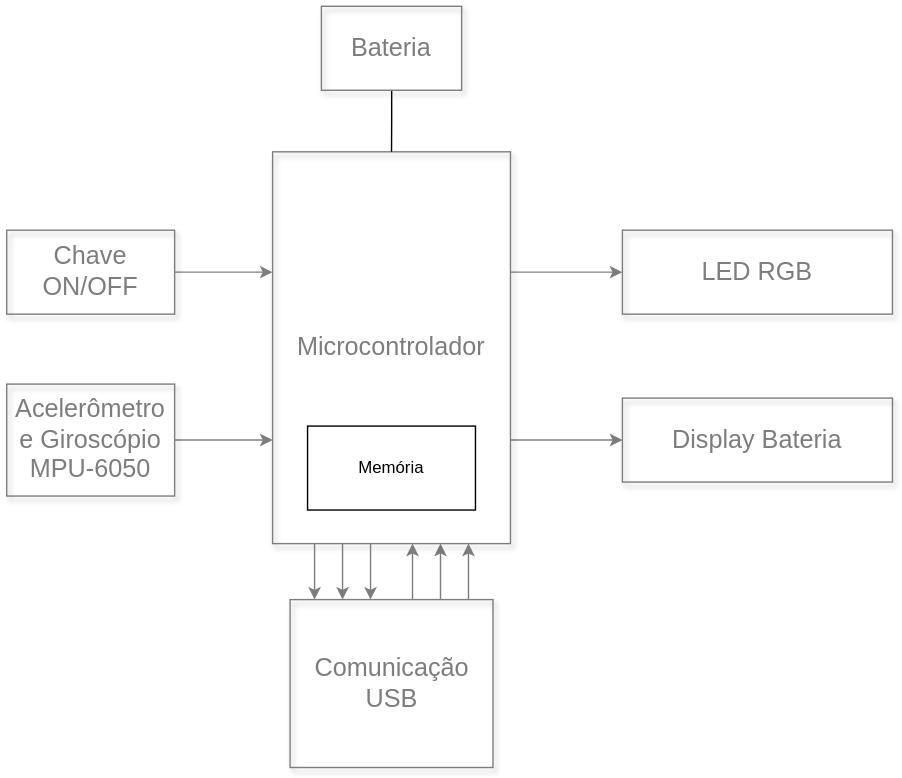
This is projetos/tennistracker/diagrama_estrutural.svg from teaching-FEEC/ea075-2024.1, a draw.io export, as it was before one commit. Source tidied: cells renumbered, new cells last; positions are measured from the earlier drawing's top-left corner, leaving out a move shared by most shapes. Its diagram source:
```xml
<mxGraphModel>
  <root>
    <mxCell id="0" style="html=1;" />
    <mxCell id="1" style="html=1;" parent="0" />
    <mxCell id="2" style="edgeStyle=elbowEdgeStyle;rounded=0;html=1;startArrow=none;startFill=0;jettySize=auto;fontSize=18;elbow=vertical;strokeColor=#7d7d7d;" parent="1" edge="1" source="5" target="6">
      <mxGeometry relative="1" as="geometry" />
    </mxCell>
    <mxCell id="3" style="edgeStyle=elbowEdgeStyle;rounded=0;html=1;startArrow=none;startFill=0;jettySize=auto;fontSize=18;elbow=vertical;strokeColor=#7d7d7d;" parent="1" edge="1" source="5" target="7">
      <mxGeometry relative="1" as="geometry" />
    </mxCell>
    <mxCell id="4" style="edgeStyle=elbowEdgeStyle;rounded=0;html=1;startArrow=none;startFill=0;jettySize=auto;fontSize=18;strokeColor=#7d7d7d;" parent="1" edge="1" source="12" target="5">
      <mxGeometry relative="1" as="geometry">
        <Array as="points">
          <mxPoint x="310" y="404" />
        </Array>
      </mxGeometry>
    </mxCell>
    <mxCell id="5" value="Microcontrolador" style="whiteSpace=wrap;html=1;shadow=1;fontSize=18;fillColor=none;strokeColor=#7D7D7D;fontColor=#7D7D7D;" parent="1" vertex="1">
      <mxGeometry x="190" y="104" width="170" height="280" as="geometry" />
    </mxCell>
    <mxCell id="6" value="LED RGB" style="whiteSpace=wrap;html=1;shadow=1;fontSize=18;fillColor=none;strokeColor=#7D7D7D;align=center;verticalAlign=middle;fontFamily=Helvetica;fontColor=#7D7D7D;" parent="1" vertex="1">
      <mxGeometry x="440" y="160" width="193" height="60" as="geometry" />
    </mxCell>
    <mxCell id="7" value="Display Bateria" style="whiteSpace=wrap;html=1;shadow=1;fontSize=18;fillColor=none;strokeColor=#7D7D7D;align=center;verticalAlign=middle;fontFamily=Helvetica;fontColor=#7D7D7D;" parent="1" vertex="1">
      <mxGeometry x="440" y="280" width="193" height="60" as="geometry" />
    </mxCell>
    <mxCell id="8" style="edgeStyle=elbowEdgeStyle;rounded=0;html=1;startArrow=none;startFill=0;jettySize=auto;fontSize=18;elbow=vertical;strokeColor=#7d7d7d;exitX=1;exitY=0.5;exitDx=0;exitDy=0;" parent="1" edge="1" source="9" target="5">
      <mxGeometry relative="1" as="geometry" />
    </mxCell>
    <mxCell id="9" value="Acelerômetro&lt;div&gt;e Giroscópio&lt;/div&gt;&lt;div&gt;MPU-6050&lt;br&gt;&lt;/div&gt;" style="whiteSpace=wrap;html=1;shadow=1;fontSize=18;fillColor=none;strokeColor=#7D7D7D;align=center;verticalAlign=middle;fontFamily=Helvetica;fontColor=#7D7D7D;" parent="1" vertex="1">
      <mxGeometry y="270" width="120" height="80" as="geometry" />
    </mxCell>
    <mxCell id="10" style="edgeStyle=elbowEdgeStyle;rounded=0;html=1;startArrow=none;startFill=0;jettySize=auto;fontSize=18;elbow=vertical;strokeColor=#7d7d7d;" parent="1" edge="1" source="11" target="5">
      <mxGeometry relative="1" as="geometry" />
    </mxCell>
    <mxCell id="11" value="Chave ON/OFF" style="whiteSpace=wrap;html=1;shadow=1;fontSize=18;fillColor=none;strokeColor=#7D7D7D;align=center;verticalAlign=middle;fontFamily=Helvetica;fontColor=#7D7D7D;" parent="1" vertex="1">
      <mxGeometry y="160" width="120" height="60" as="geometry" />
    </mxCell>
    <mxCell id="12" value="Comunicação&lt;div&gt;USB&lt;/div&gt;" style="whiteSpace=wrap;html=1;shadow=1;fontSize=18;fillColor=none;strokeColor=#7D7D7D;align=center;verticalAlign=middle;fontFamily=Helvetica;fontColor=#7D7D7D;" parent="1" vertex="1">
      <mxGeometry x="202.5" y="424" width="145" height="120" as="geometry" />
    </mxCell>
    <mxCell id="13" style="edgeStyle=elbowEdgeStyle;rounded=0;html=1;startArrow=none;startFill=0;jettySize=auto;fontSize=18;strokeColor=#7d7d7d;" parent="1" edge="1" source="12" target="5">
      <mxGeometry relative="1" as="geometry">
        <Array as="points">
          <mxPoint x="330" y="404" />
          <mxPoint x="310" y="404" />
        </Array>
      </mxGeometry>
    </mxCell>
    <mxCell id="14" style="edgeStyle=elbowEdgeStyle;rounded=0;html=1;startArrow=none;startFill=0;jettySize=auto;orthogonalLoop=1;fontSize=18;strokeColor=#7d7d7d;" parent="1" edge="1">
      <mxGeometry relative="1" as="geometry">
        <mxPoint x="290" y="424" as="sourcePoint" />
        <mxPoint x="290" y="384" as="targetPoint" />
        <Array as="points">
          <mxPoint x="290" y="404" />
          <mxPoint x="290" y="404" />
        </Array>
      </mxGeometry>
    </mxCell>
    <mxCell id="15" style="edgeStyle=elbowEdgeStyle;rounded=0;html=1;startArrow=none;startFill=0;jettySize=auto;orthogonalLoop=1;fontSize=18;strokeColor=#7d7d7d;" parent="1" edge="1">
      <mxGeometry relative="1" as="geometry">
        <mxPoint x="260" y="384" as="sourcePoint" />
        <mxPoint x="260" y="424" as="targetPoint" />
        <Array as="points">
          <mxPoint x="260" y="404" />
          <mxPoint x="290" y="414" />
        </Array>
      </mxGeometry>
    </mxCell>
    <mxCell id="16" style="edgeStyle=elbowEdgeStyle;rounded=0;html=1;startArrow=none;startFill=0;jettySize=auto;orthogonalLoop=1;fontSize=18;strokeColor=#7d7d7d;" parent="1" edge="1">
      <mxGeometry relative="1" as="geometry">
        <mxPoint x="240" y="384" as="sourcePoint" />
        <mxPoint x="240" y="424" as="targetPoint" />
        <Array as="points">
          <mxPoint x="240" y="404" />
          <mxPoint x="270" y="414" />
        </Array>
      </mxGeometry>
    </mxCell>
    <mxCell id="17" style="edgeStyle=elbowEdgeStyle;rounded=0;html=1;startArrow=none;startFill=0;jettySize=auto;orthogonalLoop=1;fontSize=18;strokeColor=#7d7d7d;" parent="1" edge="1">
      <mxGeometry relative="1" as="geometry">
        <mxPoint x="220" y="384" as="sourcePoint" />
        <mxPoint x="220" y="424" as="targetPoint" />
        <Array as="points">
          <mxPoint x="220" y="404" />
          <mxPoint x="250" y="414" />
        </Array>
      </mxGeometry>
    </mxCell>
    <mxCell id="18" style="edgeStyle=orthogonalEdgeStyle;rounded=0;jettySize=auto;html=1;entryX=0.5;entryY=0;entryDx=0;entryDy=0;endArrow=none;endFill=0;" parent="1" edge="1" source="19" target="5">
      <mxGeometry relative="1" as="geometry" />
    </mxCell>
    <mxCell id="19" value="Bateria" style="whiteSpace=wrap;html=1;shadow=1;fontSize=18;fillColor=none;strokeColor=#7D7D7D;align=center;verticalAlign=middle;fontFamily=Helvetica;fontColor=#7D7D7D;" parent="1" vertex="1">
      <mxGeometry x="224.9" width="100.2" height="60" as="geometry" />
    </mxCell>
    <mxCell id="20" value="Memória" style="rounded=0;whiteSpace=wrap;html=1;fillColor=none;" parent="1" vertex="1">
      <mxGeometry x="215" y="300" width="120" height="60" as="geometry" />
    </mxCell>
  </root>
</mxGraphModel>
```
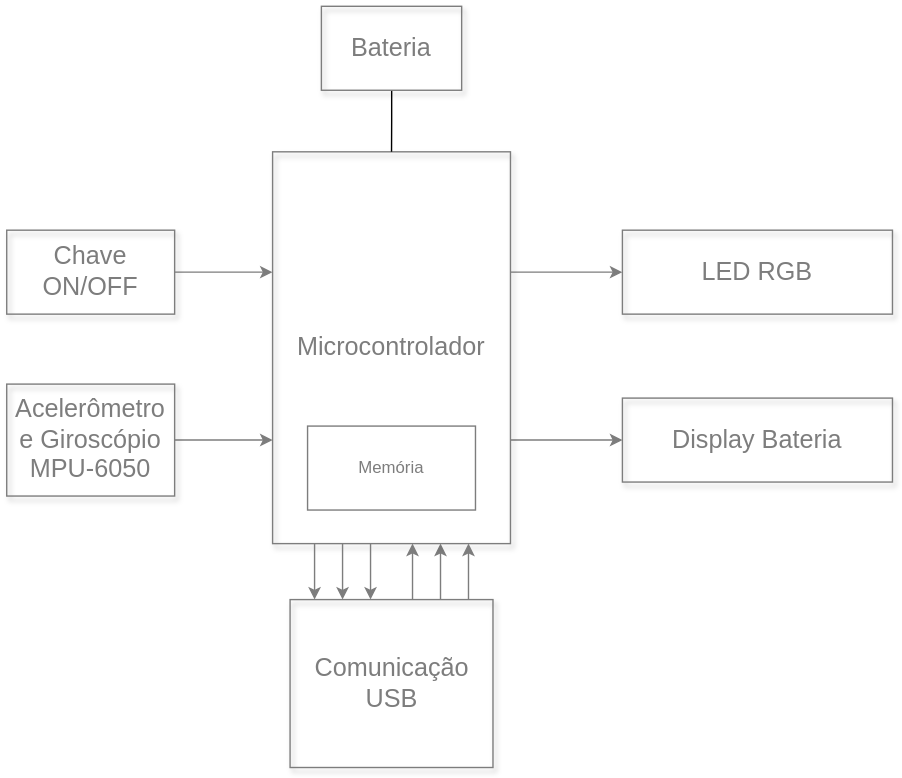
Above is the later version.

The edit, as a diff of the source:
```diff
@@ -93,7 +93,7 @@
     <mxCell id="19" value="Bateria" style="whiteSpace=wrap;html=1;shadow=1;fontSize=18;fillColor=none;strokeColor=#7D7D7D;align=center;verticalAlign=middle;fontFamily=Helvetica;fontColor=#7D7D7D;" parent="1" vertex="1">
       <mxGeometry x="224.9" width="100.2" height="60" as="geometry" />
     </mxCell>
-    <mxCell id="20" value="Memória" style="rounded=0;whiteSpace=wrap;html=1;fillColor=none;" parent="1" vertex="1">
+    <mxCell id="20" value="&lt;font color=&quot;#7d7d7d&quot;&gt;Memória&lt;/font&gt;" style="rounded=0;whiteSpace=wrap;html=1;fillColor=none;strokeColor=#7D7D7D;" parent="1" vertex="1">
       <mxGeometry x="215" y="300" width="120" height="60" as="geometry" />
     </mxCell>
   </root>
```
